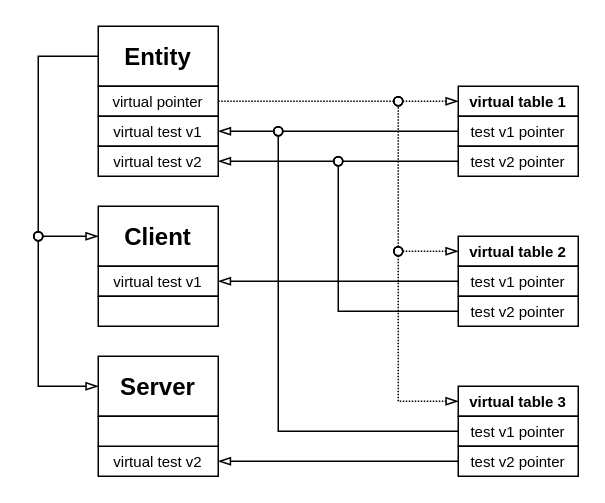
Before: projects/examples/source/03.19.drawio in i-s-m-mipt/Education, a draw.io diagram. Source tidied: cells renumbered, new cells numbered last; positions are measured from the earlier drawing's top-left corner, leaving out a move shared by most shapes. Both pictures are drawn from the tidied source at 150%, with x=0, y=0 at pixel (38, 26).
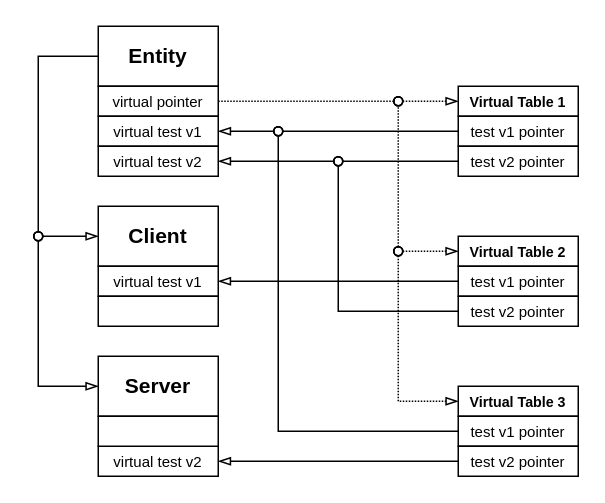
Above is the later version.

What changed in the source:
```diff
@@
-    <mxCell id="2" value="&lt;b&gt;&lt;font face=&quot;Helvetica&quot; style=&quot;font-size: 16px;&quot;&gt;Entity&lt;/font&gt;&lt;/b&gt;" style="rounded=0;whiteSpace=wrap;html=1;fillColor=none;" parent="1" vertex="1">
+    <mxCell id="2" value="&lt;b&gt;&lt;font face=&quot;Helvetica&quot; style=&quot;font-size: 14px;&quot;&gt;Entity&lt;/font&gt;&lt;/b&gt;" style="rounded=0;whiteSpace=wrap;html=1;fillColor=none;" parent="1" vertex="1">
       <mxGeometry x="40" width="80" height="40" as="geometry" />
     </mxCell>
@@
-    <mxCell id="6" value="&lt;font face=&quot;Helvetica&quot; style=&quot;font-size: 16px;&quot;&gt;&lt;b style=&quot;&quot;&gt;Client&lt;/b&gt;&lt;/font&gt;" style="rounded=0;whiteSpace=wrap;html=1;fillColor=none;" parent="1" vertex="1">
+    <mxCell id="6" value="&lt;font face=&quot;Helvetica&quot; style=&quot;font-size: 14px;&quot;&gt;&lt;b style=&quot;&quot;&gt;Client&lt;/b&gt;&lt;/font&gt;" style="rounded=0;whiteSpace=wrap;html=1;fillColor=none;" parent="1" vertex="1">
       <mxGeometry x="40" y="120" width="80" height="40" as="geometry" />
     </mxCell>
@@
-    <mxCell id="8" value="&lt;span style=&quot;font-size: 16px;&quot;&gt;&lt;b style=&quot;&quot;&gt;&lt;font face=&quot;Helvetica&quot;&gt;Server&lt;/font&gt;&lt;/b&gt;&lt;/span&gt;" style="rounded=0;whiteSpace=wrap;html=1;fillColor=none;" parent="1" vertex="1">
+    <mxCell id="8" value="&lt;b style=&quot;&quot;&gt;&lt;font face=&quot;Helvetica&quot; style=&quot;font-size: 14px;&quot;&gt;Server&lt;/font&gt;&lt;/b&gt;" style="rounded=0;whiteSpace=wrap;html=1;fillColor=none;" parent="1" vertex="1">
       <mxGeometry x="40" y="220" width="80" height="40" as="geometry" />
     </mxCell>
@@
-    <mxCell id="10" value="&lt;font style=&quot;&quot; face=&quot;Helvetica&quot;&gt;&lt;font style=&quot;font-size: 10px;&quot;&gt;&lt;b style=&quot;&quot;&gt;virtual table 1&lt;/b&gt;&lt;/font&gt;&lt;/font&gt;" style="rounded=0;whiteSpace=wrap;html=1;fillColor=none;" parent="1" vertex="1">
+    <mxCell id="10" value="&lt;font style=&quot;&quot; face=&quot;Helvetica&quot;&gt;&lt;font style=&quot;font-size: 9.5px;&quot;&gt;&lt;b style=&quot;&quot;&gt;Virtual Table 1&lt;/b&gt;&lt;/font&gt;&lt;/font&gt;" style="rounded=0;whiteSpace=wrap;html=1;fillColor=none;" parent="1" vertex="1">
       <mxGeometry x="280" y="40" width="80" height="20" as="geometry" />
     </mxCell>
@@
-    <mxCell id="14" value="&lt;b style=&quot;&quot;&gt;&lt;font style=&quot;font-size: 10px;&quot;&gt;v&lt;/font&gt;&lt;/b&gt;&lt;b style=&quot;background-color: transparent; color: light-dark(rgb(0, 0, 0), rgb(255, 255, 255));&quot;&gt;&lt;font style=&quot;font-size: 10px;&quot;&gt;irtual table 2&lt;/font&gt;&lt;/b&gt;" style="rounded=0;whiteSpace=wrap;html=1;fillColor=none;" parent="1" vertex="1">
+    <mxCell id="14" value="&lt;b style=&quot;font-size: 9.5px;&quot;&gt;Virtual Table 2&lt;/b&gt;" style="rounded=0;whiteSpace=wrap;html=1;fillColor=none;" parent="1" vertex="1">
       <mxGeometry x="280" y="140" width="80" height="20" as="geometry" />
     </mxCell>
@@
-    <mxCell id="17" value="&lt;b style=&quot;&quot;&gt;&lt;font style=&quot;font-size: 10px;&quot;&gt;virtual table 3&lt;/font&gt;&lt;/b&gt;" style="rounded=0;whiteSpace=wrap;html=1;fillColor=none;" parent="1" vertex="1">
+    <mxCell id="17" value="&lt;b style=&quot;font-size: 9.5px;&quot;&gt;Virtual Table 3&lt;/b&gt;" style="rounded=0;whiteSpace=wrap;html=1;fillColor=none;" parent="1" vertex="1">
       <mxGeometry x="280" y="240" width="80" height="20" as="geometry" />
     </mxCell>
```
